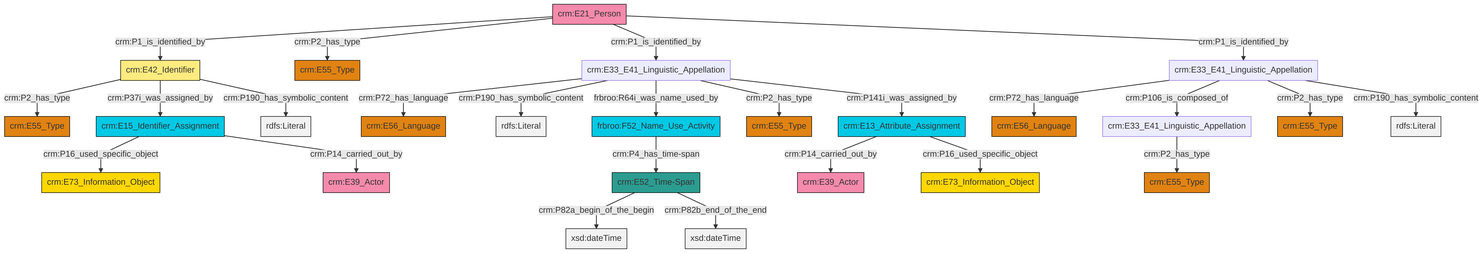
Above: et/personCSV/ttl/mmd/png/Person_Names_and_Classification.png in swiss-art-research-net/reference-data-models (Mermaid), before the change. Its source is kept beside it as et/personCSV/ttl/mmd/Person_Names_and_Classification.ttl.mmd.
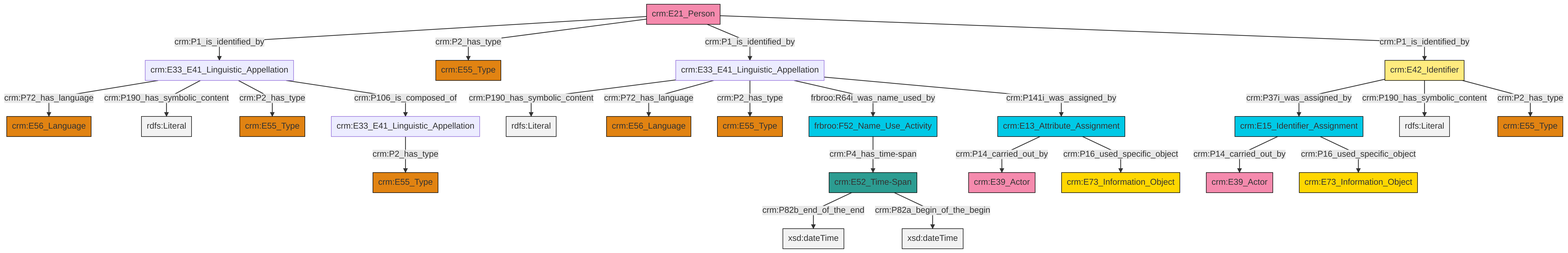
After the commit.

What changed in the source:
```diff
@@ -13,27 +13,27 @@
 classDef PC_Classes fill:#4ce600, stroke:#000000;
 classDef Multi fill:#cccccc,stroke:#000000;
 
-0["crm:E33_E41_Linguistic_Appellation"]:::Default -->|crm:P72_has_language| 1["crm:E56_Language"]:::Type
-4["crm:E15_Identifier_Assignment"]:::Temporal_Entity -->|crm:P16_used_specific_object| 5["crm:E73_Information_Object"]:::Conceptual_Object
-2["crm:E13_Attribute_Assignment"]:::Temporal_Entity -->|crm:P14_carried_out_by| 9["crm:E39_Actor"]:::Actor
-10["crm:E21_Person"]:::Actor -->|crm:P1_is_identified_by| 11["crm:E42_Identifier"]:::Appellation
-11["crm:E42_Identifier"]:::Appellation -->|crm:P2_has_type| 12["crm:E55_Type"]:::Type
-11["crm:E42_Identifier"]:::Appellation -->|crm:P37i_was_assigned_by| 4["crm:E15_Identifier_Assignment"]:::Temporal_Entity
-4["crm:E15_Identifier_Assignment"]:::Temporal_Entity -->|crm:P14_carried_out_by| 7["crm:E39_Actor"]:::Actor
-17["crm:E33_E41_Linguistic_Appellation"]:::Default -->|crm:P72_has_language| 13["crm:E56_Language"]:::Type
-2["crm:E13_Attribute_Assignment"]:::Temporal_Entity -->|crm:P16_used_specific_object| 27["crm:E73_Information_Object"]:::Conceptual_Object
-17["crm:E33_E41_Linguistic_Appellation"]:::Default -->|crm:P190_has_symbolic_content| 28[rdfs:Literal]:::Literal
-11["crm:E42_Identifier"]:::Appellation -->|crm:P190_has_symbolic_content| 29[rdfs:Literal]:::Literal
-17["crm:E33_E41_Linguistic_Appellation"]:::Default -->|frbroo:R64i_was_name_used_by| 34["frbroo:F52_Name_Use_Activity"]:::Temporal_Entity
-18["crm:E52_Time-Span"]:::Time-Span -->|crm:P82a_begin_of_the_begin| 35[xsd:dateTime]:::Literal
-10["crm:E21_Person"]:::Actor -->|crm:P2_has_type| 36["crm:E55_Type"]:::Type
-10["crm:E21_Person"]:::Actor -->|crm:P1_is_identified_by| 17["crm:E33_E41_Linguistic_Appellation"]:::Default
-34["frbroo:F52_Name_Use_Activity"]:::Temporal_Entity -->|crm:P4_has_time-span| 18["crm:E52_Time-Span"]:::Time-Span
-0["crm:E33_E41_Linguistic_Appellation"]:::Default -->|crm:P106_is_composed_of| 25["crm:E33_E41_Linguistic_Appellation"]:::Default
-18["crm:E52_Time-Span"]:::Time-Span -->|crm:P82b_end_of_the_end| 37[xsd:dateTime]:::Literal
-25["crm:E33_E41_Linguistic_Appellation"]:::Default -->|crm:P2_has_type| 40["crm:E55_Type"]:::Type
+0["crm:E33_E41_Linguistic_Appellation"]:::Default -->|crm:P190_has_symbolic_content| 1[rdfs:Literal]:::Literal
+2["crm:E33_E41_Linguistic_Appellation"]:::Default -->|crm:P2_has_type| 3["crm:E55_Type"]:::Type
+0["crm:E33_E41_Linguistic_Appellation"]:::Default -->|crm:P72_has_language| 8["crm:E56_Language"]:::Type
 0["crm:E33_E41_Linguistic_Appellation"]:::Default -->|crm:P2_has_type| 15["crm:E55_Type"]:::Type
-17["crm:E33_E41_Linguistic_Appellation"]:::Default -->|crm:P2_has_type| 23["crm:E55_Type"]:::Type
-17["crm:E33_E41_Linguistic_Appellation"]:::Default -->|crm:P141i_was_assigned_by| 2["crm:E13_Attribute_Assignment"]:::Temporal_Entity
-10["crm:E21_Person"]:::Actor -->|crm:P1_is_identified_by| 0["crm:E33_E41_Linguistic_Appellation"]:::Default
-0["crm:E33_E41_Linguistic_Appellation"]:::Default -->|crm:P190_has_symbolic_content| 46[rdfs:Literal]:::Literal
+17["crm:E42_Identifier"]:::Appellation -->|crm:P37i_was_assigned_by| 18["crm:E15_Identifier_Assignment"]:::Temporal_Entity
+18["crm:E15_Identifier_Assignment"]:::Temporal_Entity -->|crm:P14_carried_out_by| 20["crm:E39_Actor"]:::Actor
+23["crm:E52_Time-Span"]:::Time-Span -->|crm:P82b_end_of_the_end| 24[xsd:dateTime]:::Literal
+9["crm:E33_E41_Linguistic_Appellation"]:::Default -->|crm:P72_has_language| 25["crm:E56_Language"]:::Type
+17["crm:E42_Identifier"]:::Appellation -->|crm:P190_has_symbolic_content| 26[rdfs:Literal]:::Literal
+27["crm:E21_Person"]:::Actor -->|crm:P1_is_identified_by| 9["crm:E33_E41_Linguistic_Appellation"]:::Default
+27["crm:E21_Person"]:::Actor -->|crm:P2_has_type| 28["crm:E55_Type"]:::Type
+18["crm:E15_Identifier_Assignment"]:::Temporal_Entity -->|crm:P16_used_specific_object| 29["crm:E73_Information_Object"]:::Conceptual_Object
+0["crm:E33_E41_Linguistic_Appellation"]:::Default -->|frbroo:R64i_was_name_used_by| 21["frbroo:F52_Name_Use_Activity"]:::Temporal_Entity
+9["crm:E33_E41_Linguistic_Appellation"]:::Default -->|crm:P190_has_symbolic_content| 38[rdfs:Literal]:::Literal
+30["crm:E13_Attribute_Assignment"]:::Temporal_Entity -->|crm:P14_carried_out_by| 6["crm:E39_Actor"]:::Actor
+27["crm:E21_Person"]:::Actor -->|crm:P1_is_identified_by| 0["crm:E33_E41_Linguistic_Appellation"]:::Default
+17["crm:E42_Identifier"]:::Appellation -->|crm:P2_has_type| 13["crm:E55_Type"]:::Type
+9["crm:E33_E41_Linguistic_Appellation"]:::Default -->|crm:P2_has_type| 36["crm:E55_Type"]:::Type
+21["frbroo:F52_Name_Use_Activity"]:::Temporal_Entity -->|crm:P4_has_time-span| 23["crm:E52_Time-Span"]:::Time-Span
+23["crm:E52_Time-Span"]:::Time-Span -->|crm:P82a_begin_of_the_begin| 42[xsd:dateTime]:::Literal
+30["crm:E13_Attribute_Assignment"]:::Temporal_Entity -->|crm:P16_used_specific_object| 4["crm:E73_Information_Object"]:::Conceptual_Object
+27["crm:E21_Person"]:::Actor -->|crm:P1_is_identified_by| 17["crm:E42_Identifier"]:::Appellation
+9["crm:E33_E41_Linguistic_Appellation"]:::Default -->|crm:P106_is_composed_of| 2["crm:E33_E41_Linguistic_Appellation"]:::Default
+0["crm:E33_E41_Linguistic_Appellation"]:::Default -->|crm:P141i_was_assigned_by| 30["crm:E13_Attribute_Assignment"]:::Temporal_Entity
```
